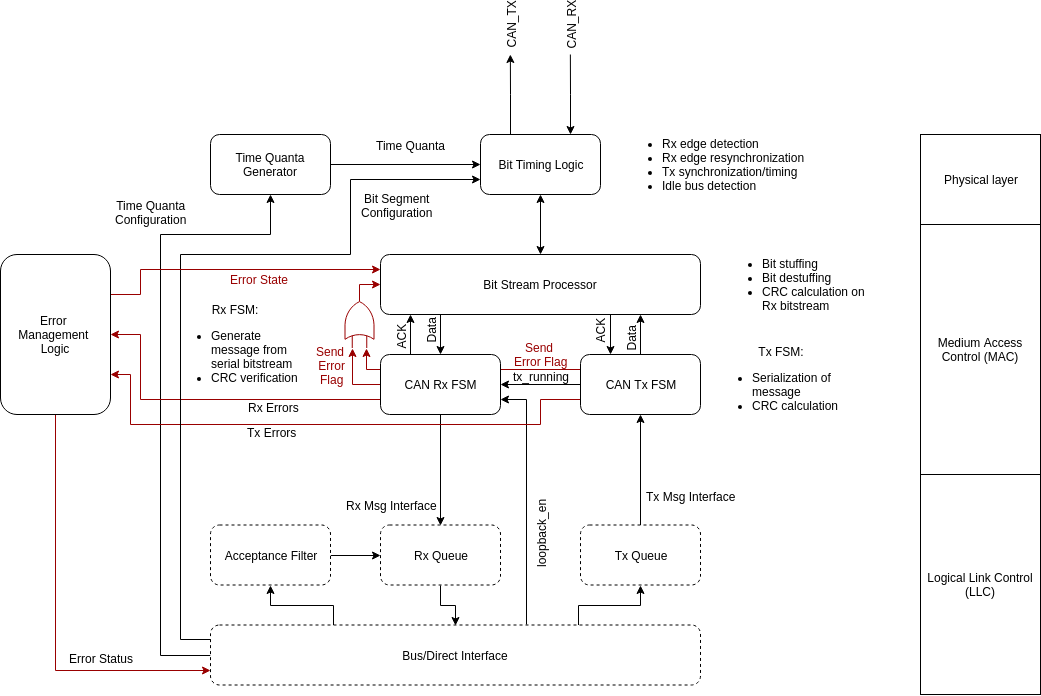
Above: doc/canola_block_diagram.png in svnesbo/canola (draw.io), before the change. Source tidied: cells renumbered, new cells last; positions are measured from the earlier drawing's top-left corner, leaving out a move shared by most shapes.
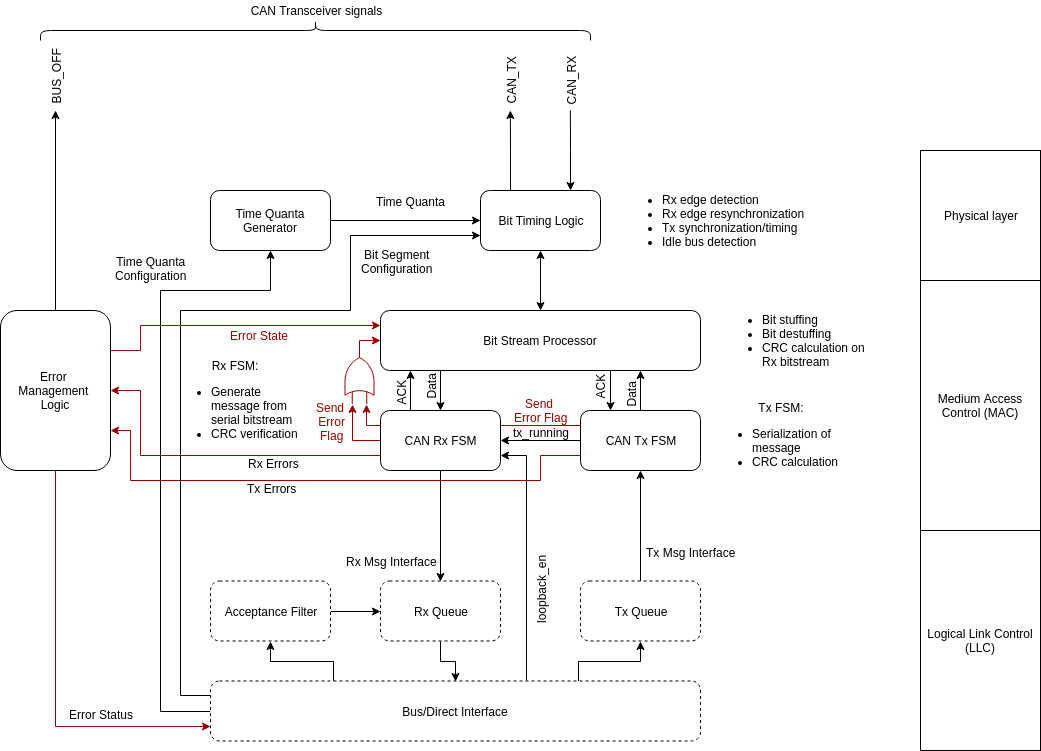
Above is the later version.

Change to the diagram source:
```diff
@@ -229,7 +229,7 @@
       <mxGeometry x="710" y="290" width="140" height="80" as="geometry" />
     </mxCell>
     <mxCell id="53" value="Physical layer" style="rounded=0;whiteSpace=wrap;html=1;align=center;" parent="1" vertex="1">
-      <mxGeometry x="920" y="80" width="120" height="90" as="geometry" />
+      <mxGeometry x="920" y="40" width="120" height="130" as="geometry" />
     </mxCell>
     <mxCell id="54" value="Logical Link Control (LLC)" style="rounded=0;whiteSpace=wrap;html=1;align=center;" parent="1" vertex="1">
       <mxGeometry x="920" y="420" width="120" height="220" as="geometry" />
@@ -258,6 +258,16 @@
         <mxPoint x="-54.5" y="11" as="offset" />
       </mxGeometry>
     </mxCell>
+    <mxCell id="64" style="edgeStyle=orthogonalEdgeStyle;rounded=0;jettySize=auto;html=1;exitX=0.5;exitY=0;exitDx=0;exitDy=0;" parent="1" edge="1" source="60">
+      <mxGeometry relative="1" as="geometry">
+        <mxPoint x="55" as="targetPoint" />
+      </mxGeometry>
+    </mxCell>
+    <mxCell id="65" value="BUS_OFF" style="text;html=1;align=center;verticalAlign=middle;labelBackgroundColor=#ffffff;rotation=-90;" parent="64" vertex="1">
+      <mxGeometry x="0.8" y="-1" relative="1" as="geometry">
+        <mxPoint x="-1" y="-54" as="offset" />
+      </mxGeometry>
+    </mxCell>
     <mxCell id="60" value="Error &lt;br&gt;Management &lt;br&gt;Logic&lt;br&gt;" style="rounded=1;whiteSpace=wrap;html=1;" parent="1" vertex="1">
       <mxGeometry y="200" width="110" height="160" as="geometry" />
     </mxCell>
@@ -274,5 +284,11 @@
     <mxCell id="63" style="verticalLabelPosition=bottom;shadow=0;dashed=0;align=center;fillColor=#ffffff;html=1;verticalAlign=top;strokeWidth=1;shape=mxgraph.electrical.logic_gates.logic_gate;operation=or;rotation=-90;strokeColor=#990000;" parent="1" vertex="1">
       <mxGeometry x="330" y="250" width="58" height="29" as="geometry" />
     </mxCell>
+    <mxCell id="66" style="shape=curlyBracket;whiteSpace=wrap;html=1;rounded=1;rotation=90;" parent="1" vertex="1">
+      <mxGeometry x="305" y="-355" width="20" height="550" as="geometry" />
+    </mxCell>
+    <mxCell id="67" value="CAN Transceiver signals" style="text;html=1;strokeColor=none;fillColor=none;align=center;verticalAlign=middle;whiteSpace=wrap;rounded=0;" parent="1" vertex="1">
+      <mxGeometry x="232.5" y="-110" width="165" height="20" as="geometry" />
+    </mxCell>
   </root>
 </mxGraphModel>
```
